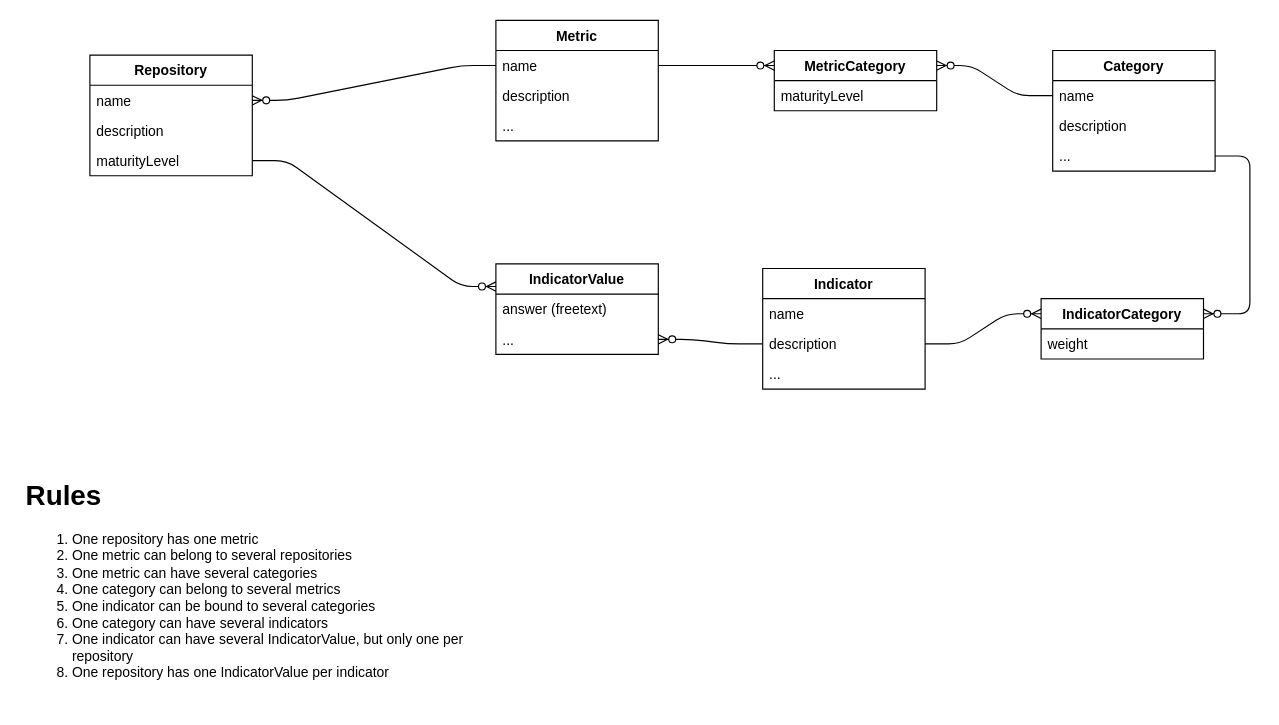
Before: Doc/swiss_repo_cat.drawio in ORD-Hackathon/hackathon-2021, a draw.io diagram. Source tidied: cells renumbered, new cells numbered last; positions are measured from the earlier drawing's top-left corner, leaving out a move shared by most shapes. Both pictures are drawn from the tidied source at 116%, with x=0, y=0 at pixel (20, 20).
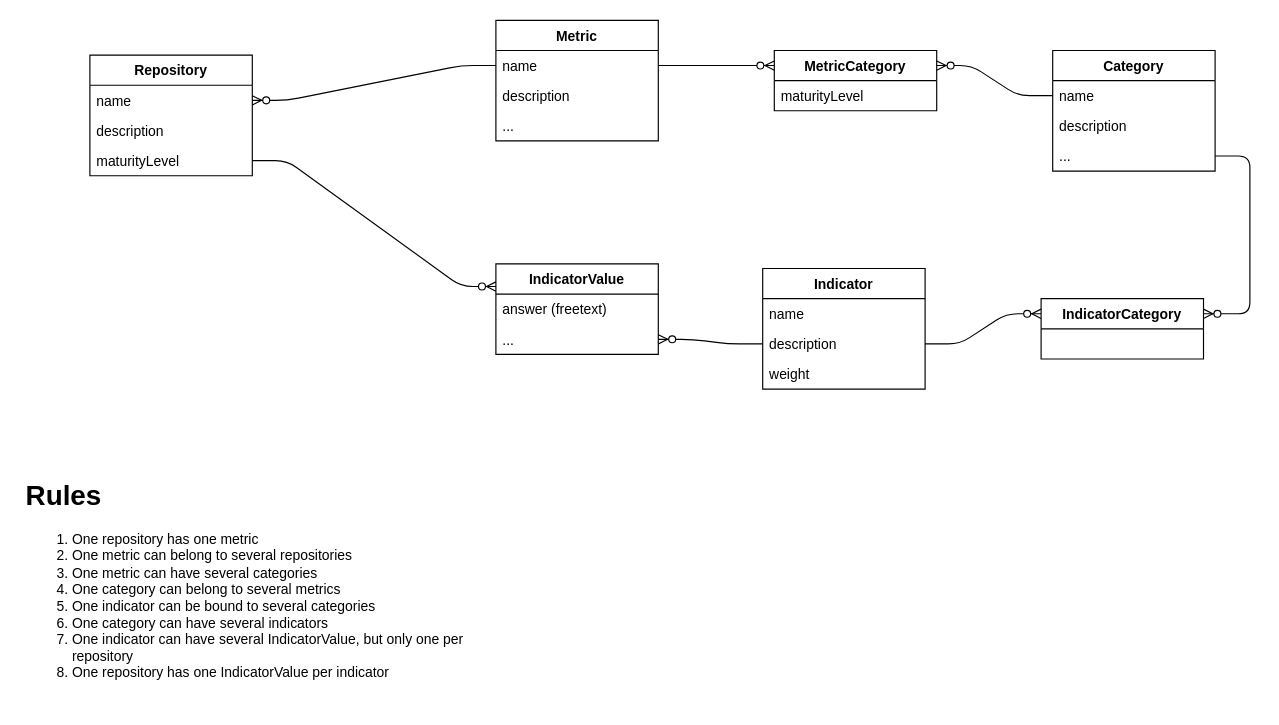
After the change.

Unchanged cells that the change refers to:
```xml
<mxCell id="6" value="Indicator" style="swimlane;fontStyle=1;horizontal=1;startSize=26;fillColor=none;" parent="1" vertex="1">
  <mxGeometry x="640" y="214" width="140" height="104" as="geometry" />
</mxCell>
<mxCell id="27" value="IndicatorCategory" style="swimlane;fontStyle=1;horizontal=1;startSize=26;fillColor=none;" parent="1" vertex="1">
  <mxGeometry x="880" y="240" width="140" height="52" as="geometry" />
</mxCell>
```

The edit, as a diff of the source:
```diff
@@
-    <mxCell id="9" value="..." style="text;strokeColor=none;fillColor=none;align=left;verticalAlign=top;spacingLeft=4;spacingRight=4;overflow=hidden;" parent="6" vertex="1">
+    <mxCell id="9" value="weight" style="text;strokeColor=none;fillColor=none;align=left;verticalAlign=top;spacingLeft=4;spacingRight=4;overflow=hidden;" parent="6" vertex="1">
       <mxGeometry y="78" width="140" height="26" as="geometry" />
     </mxCell>
@@
-    <mxCell id="28" value="weight" style="text;strokeColor=none;fillColor=none;align=left;verticalAlign=top;spacingLeft=4;spacingRight=4;overflow=hidden;" parent="27" vertex="1">
-      <mxGeometry y="26" width="140" height="26" as="geometry" />
-    </mxCell>
```
